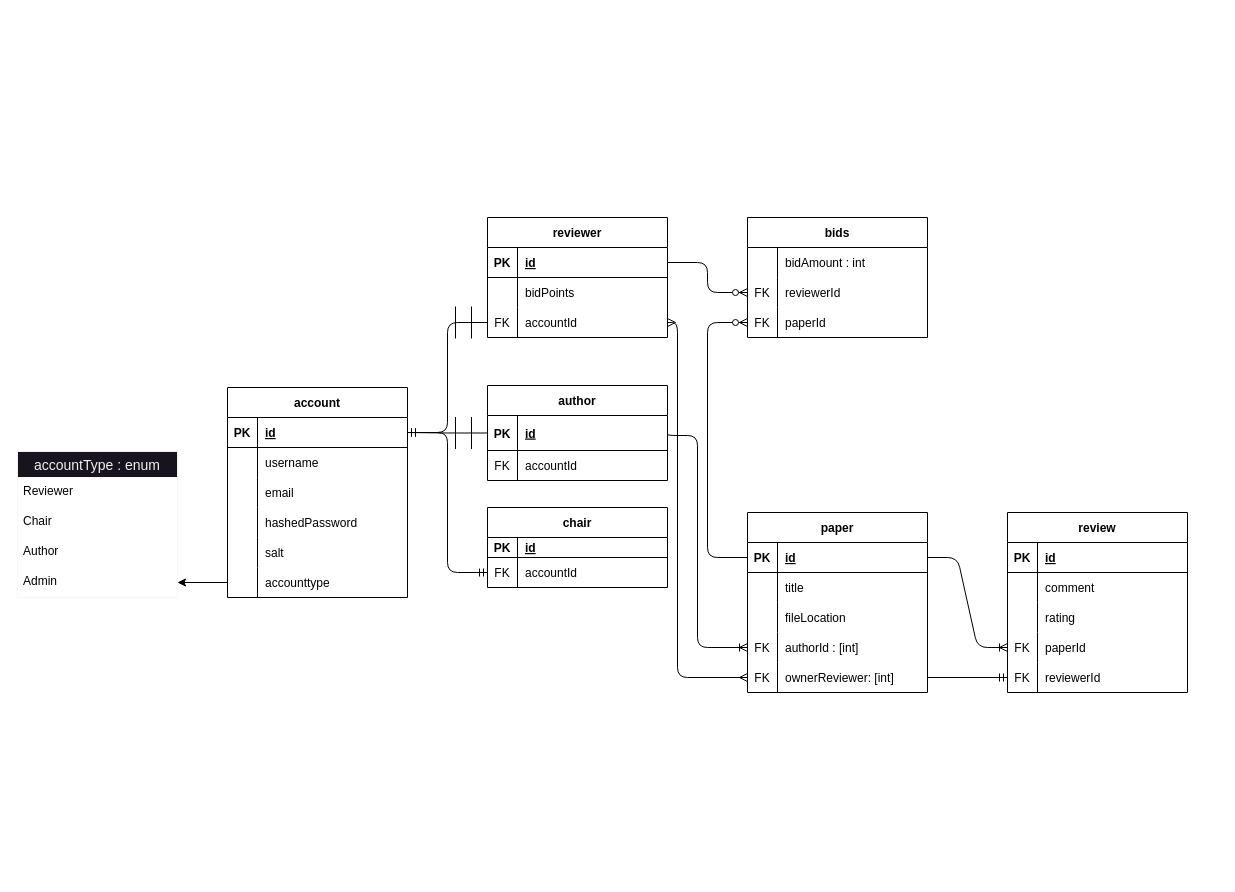
Earlier version of the draw.io diagram uml.drawio (CSCI334/PaperPal-Backend). Source tidied: cells renumbered, new cells numbered last; positions are measured from the earlier drawing's top-left corner, leaving out a move shared by most shapes. Both pictures are drawn from the tidied source at 100%, with x=0, y=0 at pixel (17, 217).
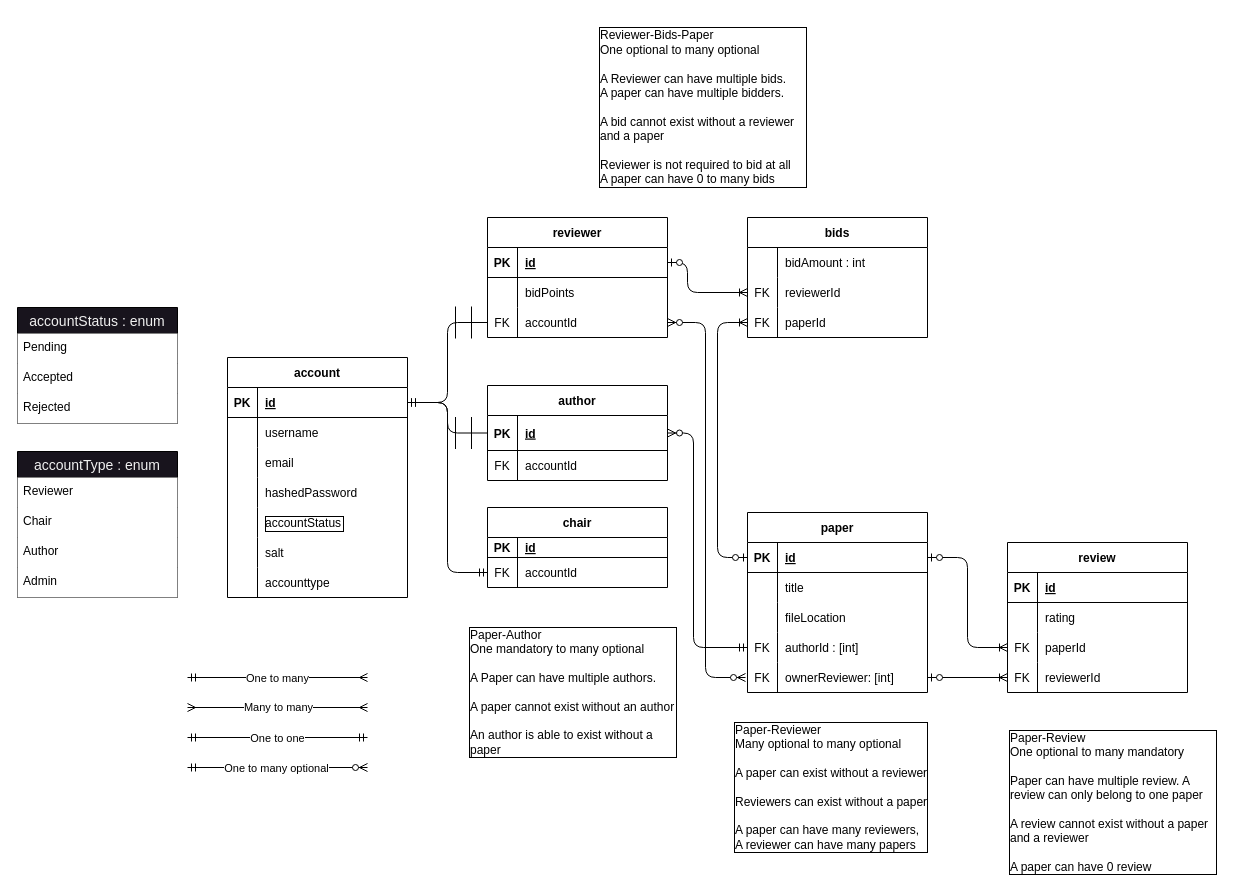
The same diagram, later.

Commit message (it also covers changes not shown here):
added docs to backend uml diagram

Unchanged cells that the change refers to:
```xml
<mxCell id="28" style="shape=tableRow;horizontal=0;startSize=0;swimlaneHead=0;swimlaneBody=0;fillColor=none;points=[[0,0.5],[1,0.5]];portConstraint=eastwest;top=0;left=0;right=0;bottom=1;fontColor=#000000;" parent="27" vertex="1">
  <mxGeometry y="30" width="180" height="30" as="geometry" />
</mxCell>
<mxCell id="34" style="shape=tableRow;horizontal=0;startSize=0;swimlaneHead=0;swimlaneBody=0;fillColor=none;points=[[0,0.5],[1,0.5]];portConstraint=eastwest;top=0;left=0;right=0;bottom=0;fontColor=#000000;" parent="27" vertex="1">
  <mxGeometry y="90" width="180" height="30" as="geometry" />
</mxCell>
<mxCell id="39" style="shape=tableRow;horizontal=0;startSize=0;swimlaneHead=0;swimlaneBody=0;fillColor=none;points=[[0,0.5],[1,0.5]];portConstraint=eastwest;top=0;left=0;right=0;bottom=1;fontColor=#000000;" parent="38" vertex="1">
  <mxGeometry y="30" width="180" height="30" as="geometry" />
</mxCell>
<mxCell id="48" style="shape=tableRow;horizontal=0;startSize=0;swimlaneHead=0;swimlaneBody=0;fillColor=none;points=[[0,0.5],[1,0.5]];portConstraint=eastwest;top=0;left=0;right=0;bottom=0;fontFamily=Helvetica;fontSize=12;fontColor=#000000;" parent="38" vertex="1">
  <mxGeometry y="120" width="180" height="30" as="geometry" />
</mxCell>
<mxCell id="51" style="shape=tableRow;horizontal=0;startSize=0;swimlaneHead=0;swimlaneBody=0;fillColor=none;points=[[0,0.5],[1,0.5]];portConstraint=eastwest;top=0;left=0;right=0;bottom=0;fontFamily=Helvetica;fontSize=12;fontColor=#000000;" parent="38" vertex="1">
  <mxGeometry y="150" width="180" height="30" as="geometry" />
</mxCell>
<mxCell id="58" style="shape=tableRow;horizontal=0;startSize=0;swimlaneHead=0;swimlaneBody=0;fillColor=none;points=[[0,0.5],[1,0.5]];portConstraint=eastwest;top=0;left=0;right=0;bottom=0;fontColor=#000000;" parent="54" vertex="1">
  <mxGeometry y="60" width="180" height="30" as="geometry" />
</mxCell>
<mxCell id="61" style="shape=tableRow;horizontal=0;startSize=0;swimlaneHead=0;swimlaneBody=0;fillColor=none;points=[[0,0.5],[1,0.5]];portConstraint=eastwest;top=0;left=0;right=0;bottom=0;fontFamily=Helvetica;fontSize=12;fontColor=#000000;" parent="54" vertex="1">
  <mxGeometry y="90" width="180" height="30" as="geometry" />
</mxCell>
<mxCell id="65" style="shape=tableRow;horizontal=0;startSize=0;swimlaneHead=0;swimlaneBody=0;fillColor=none;points=[[0,0.5],[1,0.5]];portConstraint=eastwest;top=0;left=0;right=0;bottom=1;fontColor=#000000;" parent="64" vertex="1">
  <mxGeometry y="30" width="180" height="35" as="geometry" />
</mxCell>
```

Change to the diagram source:
```diff
@@
     <mxCell id="2" value="account" style="shape=table;startSize=30;childLayout=tableLayout;rowLines=0;fontStyle=1;align=center;swimlaneFillColor=#FFFFFF;" parent="1" vertex="1">
-      <mxGeometry x="210" y="170" width="180" height="210" as="geometry" />
+      <mxGeometry x="210" y="140" width="180" height="240" as="geometry" />
     </mxCell>
@@
+    <mxCell id="102" style="shape=tableRow;horizontal=0;startSize=0;swimlaneHead=0;swimlaneBody=0;fillColor=none;top=0;left=0;right=0;bottom=0;rounded=0;glass=0;labelBorderColor=default;" parent="2" vertex="1">
+      <mxGeometry y="150" width="180" height="30" as="geometry" />
+    </mxCell>
+    <mxCell id="103" style="shape=partialRectangle;fillColor=none;top=0;left=0;bottom=0;right=0;overflow=hidden;rounded=0;glass=0;labelBorderColor=default;" parent="102" vertex="1">
+      <mxGeometry width="30" height="30" as="geometry" />
+    </mxCell>
+    <mxCell id="104" value="accountStatus" style="shape=partialRectangle;fillColor=none;top=0;left=0;bottom=0;right=0;align=left;spacingLeft=6;overflow=hidden;rounded=0;glass=0;labelBorderColor=default;fontColor=#000000;" parent="102" vertex="1">
+      <mxGeometry x="30" width="150" height="30" as="geometry" />
+    </mxCell>
     <mxCell id="15" style="shape=tableRow;horizontal=0;startSize=0;swimlaneHead=0;swimlaneBody=0;fillColor=none;top=0;left=0;right=0;bottom=0;fontColor=#000000;" parent="2" vertex="1">
-      <mxGeometry y="150" width="180" height="30" as="geometry" />
+      <mxGeometry y="180" width="180" height="30" as="geometry" />
     </mxCell>
@@
     <mxCell id="18" style="shape=tableRow;horizontal=0;startSize=0;swimlaneHead=0;swimlaneBody=0;fillColor=none;points=[[0,0.5],[1,0.5]];portConstraint=eastwest;top=0;left=0;right=0;bottom=0;fontColor=#000000;" parent="2" vertex="1">
-      <mxGeometry y="180" width="180" height="30" as="geometry" />
+      <mxGeometry y="210" width="180" height="30" as="geometry" />
     </mxCell>
@@
-    <mxCell id="21" value="accountType : enum" style="swimlane;fontStyle=0;horizontal=1;startSize=26;align=center;fontSize=14;strokeColor=rgb(240, 240, 240);fontFamily=Helvetica;fontColor=rgb(240, 240, 240);fillColor=rgb(24, 20, 29);" parent="1" vertex="1">
+    <mxCell id="21" value="accountType : enum" style="swimlane;fontStyle=0;horizontal=1;startSize=26;align=center;fontSize=14;strokeColor=default;fontFamily=Helvetica;fontColor=rgb(240, 240, 240);fillColor=rgb(24, 20, 29);" parent="1" vertex="1">
       <mxGeometry y="234" width="160" height="146" as="geometry" />
     </mxCell>
@@
-    <mxCell id="26" style="edgeStyle=none;html=1;exitX=0;exitY=0.5;exitDx=0;exitDy=0;fontFamily=Helvetica;fontSize=12;fontColor=#000000;startSize=30;" parent="1" edge="1" source="18">
-      <mxGeometry relative="1" as="geometry">
-        <mxPoint x="160" y="365" as="targetPoint" />
-      </mxGeometry>
-    </mxCell>
@@
-    <mxCell id="72" style="edgeStyle=orthogonalEdgeStyle;fontSize=12;html=1;endArrow=ERzeroToMany;startArrow=none;fontFamily=Helvetica;fontColor=#000000;startSize=30;exitX=1;exitY=0.5;exitDx=0;exitDy=0;entryX=0;entryY=0.5;entryDx=0;entryDy=0;startFill=0;" parent="1" edge="1" source="28" target="58">
-      <mxGeometry relative="1" as="geometry" />
-    </mxCell>
-    <mxCell id="73" style="edgeStyle=orthogonalEdgeStyle;fontSize=12;html=1;endArrow=ERoneToMany;startArrow=none;fontFamily=Helvetica;fontColor=#000000;startSize=30;entryX=0;entryY=0.5;entryDx=0;entryDy=0;exitX=1;exitY=0.5;exitDx=0;exitDy=0;startFill=0;" parent="1" edge="1" source="65" target="48">
-      <mxGeometry relative="1" as="geometry">
-        <Array as="points">
-          <mxPoint x="680" y="218" />
-          <mxPoint x="680" y="430" />
-        </Array>
-      </mxGeometry>
-    </mxCell>
     <mxCell id="74" value="review" style="shape=table;startSize=30;childLayout=tableLayout;rowLines=0;fontStyle=1;align=center;swimlaneFillColor=#FFFFFF;" parent="1" vertex="1">
-      <mxGeometry x="990" y="295" width="180" height="180" as="geometry" />
+      <mxGeometry x="990" y="325" width="180" height="150" as="geometry" />
     </mxCell>
@@
-    <mxCell id="78" style="shape=tableRow;horizontal=0;startSize=0;swimlaneHead=0;swimlaneBody=0;fillColor=none;top=0;left=0;right=0;bottom=0;fontColor=#000000;" parent="74" vertex="1">
-      <mxGeometry y="60" width="180" height="30" as="geometry" />
-    </mxCell>
-    <mxCell id="79" style="shape=partialRectangle;fillColor=none;top=0;left=0;bottom=0;right=0;overflow=hidden;fontColor=#000000;" parent="78" vertex="1">
-      <mxGeometry width="30" height="30" as="geometry" />
-    </mxCell>
-    <mxCell id="80" value="comment" style="shape=partialRectangle;fillColor=none;top=0;left=0;bottom=0;right=0;align=left;spacingLeft=6;overflow=hidden;fontColor=#000000;" parent="78" vertex="1">
-      <mxGeometry x="30" width="150" height="30" as="geometry" />
-    </mxCell>
     <mxCell id="81" style="shape=tableRow;horizontal=0;startSize=0;swimlaneHead=0;swimlaneBody=0;fillColor=none;top=0;left=0;right=0;bottom=0;fontFamily=Helvetica;fontSize=12;fontColor=#000000;" parent="74" vertex="1">
-      <mxGeometry y="90" width="180" height="30" as="geometry" />
+      <mxGeometry y="60" width="180" height="30" as="geometry" />
     </mxCell>
@@
     <mxCell id="84" style="shape=tableRow;horizontal=0;startSize=0;swimlaneHead=0;swimlaneBody=0;fillColor=none;points=[[0,0.5],[1,0.5]];portConstraint=eastwest;top=0;left=0;right=0;bottom=0;fontFamily=Helvetica;fontSize=12;fontColor=#000000;" parent="74" vertex="1">
-      <mxGeometry y="120" width="180" height="30" as="geometry" />
+      <mxGeometry y="90" width="180" height="30" as="geometry" />
     </mxCell>
@@
     <mxCell id="87" style="shape=tableRow;horizontal=0;startSize=0;swimlaneHead=0;swimlaneBody=0;fillColor=none;points=[[0,0.5],[1,0.5]];portConstraint=eastwest;top=0;left=0;right=0;bottom=0;fontFamily=Helvetica;fontSize=12;fontColor=#000000;" parent="74" vertex="1">
-      <mxGeometry y="150" width="180" height="30" as="geometry" />
+      <mxGeometry y="120" width="180" height="30" as="geometry" />
     </mxCell>
@@
-    <mxCell id="90" style="edgeStyle=orthogonalEdgeStyle;fontSize=12;html=1;endArrow=ERzeroToMany;startArrow=none;rounded=1;fontFamily=Helvetica;fontColor=#000000;startSize=30;jumpStyle=arc;exitX=0;exitY=0.5;exitDx=0;exitDy=0;entryX=0;entryY=0.5;entryDx=0;entryDy=0;startFill=0;" parent="1" edge="1" source="39" target="61">
-      <mxGeometry relative="1" as="geometry">
-        <Array as="points">
-          <mxPoint x="690" y="340" />
-          <mxPoint x="690" y="105" />
-        </Array>
-      </mxGeometry>
-    </mxCell>
-    <mxCell id="91" style="edgeStyle=entityRelationEdgeStyle;fontSize=12;html=1;endArrow=ERoneToMany;rounded=1;fontFamily=Helvetica;fontColor=#000000;startSize=30;jumpStyle=arc;entryX=0;entryY=0.5;entryDx=0;entryDy=0;exitX=1;exitY=0.5;exitDx=0;exitDy=0;" parent="1" edge="1" source="39" target="84">
-      <mxGeometry relative="1" as="geometry" />
-    </mxCell>
-    <mxCell id="92" style="edgeStyle=entityRelationEdgeStyle;fontSize=12;html=1;endArrow=ERmandOne;startArrow=none;rounded=1;fontFamily=Helvetica;fontColor=#000000;startSize=30;jumpStyle=arc;entryX=0;entryY=0.5;entryDx=0;entryDy=0;exitX=1;exitY=0.5;exitDx=0;exitDy=0;startFill=0;" parent="1" edge="1" source="51" target="87">
-      <mxGeometry relative="1" as="geometry" />
-    </mxCell>
@@
-    <mxCell id="101" style="edgeStyle=orthogonalEdgeStyle;fontSize=12;html=1;endArrow=ERmany;startArrow=ERmany;entryX=0;entryY=0.5;entryDx=0;entryDy=0;exitX=1;exitY=0.5;exitDx=0;exitDy=0;" parent="1" edge="1" source="34" target="51">
-      <mxGeometry relative="1" as="geometry">
-        <Array as="points">
-          <mxPoint x="660" y="105" />
-          <mxPoint x="660" y="460" />
-        </Array>
-      </mxGeometry>
-    </mxCell>
+    <mxCell id="105" style="fontSize=12;html=1;endArrow=ERmany;startArrow=ERmany;" parent="1" edge="1">
+      <mxGeometry relative="1" as="geometry">
+        <mxPoint x="170" y="490" as="sourcePoint" />
+        <mxPoint x="350" y="490" as="targetPoint" />
+      </mxGeometry>
+    </mxCell>
+    <mxCell id="106" value="Many to many" style="edgeLabel;html=1;align=center;verticalAlign=middle;" parent="105" vertex="1">
+      <mxGeometry x="0.18" y="1" relative="1" as="geometry">
+        <mxPoint x="-16" as="offset" />
+      </mxGeometry>
+    </mxCell>
+    <mxCell id="107" style="fontSize=12;html=1;endArrow=ERmandOne;startArrow=ERmandOne;" parent="1" edge="1">
+      <mxGeometry relative="1" as="geometry">
+        <mxPoint x="170" y="520" as="sourcePoint" />
+        <mxPoint x="350" y="520" as="targetPoint" />
+      </mxGeometry>
+    </mxCell>
+    <mxCell id="108" value="One to one" style="edgeLabel;html=1;align=center;verticalAlign=middle;" parent="107" vertex="1">
+      <mxGeometry x="0.15" relative="1" as="geometry">
+        <mxPoint x="-14" as="offset" />
+      </mxGeometry>
+    </mxCell>
+    <mxCell id="109" style="fontSize=12;html=1;endArrow=ERzeroToMany;startArrow=ERmandOne;" parent="1" edge="1">
+      <mxGeometry relative="1" as="geometry">
+        <mxPoint x="170" y="550" as="sourcePoint" />
+        <mxPoint x="350" y="550" as="targetPoint" />
+      </mxGeometry>
+    </mxCell>
+    <mxCell id="110" value="One to many optional" style="edgeLabel;html=1;align=center;verticalAlign=middle;" parent="109" vertex="1">
+      <mxGeometry x="0.2" relative="1" as="geometry">
+        <mxPoint x="-20" as="offset" />
+      </mxGeometry>
+    </mxCell>
+    <mxCell id="111" style="edgeStyle=orthogonalEdgeStyle;fontSize=12;html=1;endArrow=ERzeroToMany;startArrow=ERmandOne;entryX=1;entryY=0.5;entryDx=0;entryDy=0;" parent="1" edge="1" target="65">
+      <mxGeometry relative="1" as="geometry">
+        <mxPoint x="730" y="430" as="sourcePoint" />
+        <Array as="points">
+          <mxPoint x="676" y="430" />
+          <mxPoint x="676" y="216" />
+        </Array>
+      </mxGeometry>
+    </mxCell>
+    <mxCell id="90" style="edgeStyle=orthogonalEdgeStyle;fontSize=12;html=1;endArrow=ERoneToMany;startArrow=ERzeroToOne;exitX=0;exitY=0.5;exitDx=0;exitDy=0;entryX=0;entryY=0.5;entryDx=0;entryDy=0;endFill=0;" parent="1" edge="1" source="39" target="61">
+      <mxGeometry relative="1" as="geometry">
+        <Array as="points">
+          <mxPoint x="700" y="340" />
+          <mxPoint x="700" y="105" />
+        </Array>
+      </mxGeometry>
+    </mxCell>
+    <mxCell id="72" style="edgeStyle=orthogonalEdgeStyle;fontSize=12;html=1;endArrow=ERoneToMany;startArrow=ERzeroToOne;exitX=1;exitY=0.5;exitDx=0;exitDy=0;entryX=0;entryY=0.5;entryDx=0;entryDy=0;endFill=0;strokeColor=default;rounded=1;startFill=1;fontColor=default;" parent="1" edge="1" source="28" target="58">
+      <mxGeometry relative="1" as="geometry">
+        <Array as="points">
+          <mxPoint x="670" y="45" />
+          <mxPoint x="670" y="75" />
+        </Array>
+      </mxGeometry>
+    </mxCell>
+    <mxCell id="112" value="Reviewer-Bids-Paper&lt;br&gt;One optional to many optional&lt;br&gt;&lt;br&gt;A Reviewer can have multiple bids.&lt;br&gt;A paper can have multiple bidders.&lt;br&gt;&lt;br&gt;A bid cannot exist without a reviewer and a paper&lt;br&gt;&lt;br&gt;Reviewer is not required to bid at all&lt;br&gt;A paper can have 0 to many bids" style="text;html=1;strokeColor=none;fillColor=default;align=left;verticalAlign=middle;whiteSpace=wrap;rounded=0;labelBorderColor=default;glass=0;" parent="1" vertex="1">
+      <mxGeometry x="580" y="-200" width="210" height="180" as="geometry" />
+    </mxCell>
+    <mxCell id="113" value="Paper-Review&lt;br&gt;One optional to many mandatory&lt;br&gt;&lt;br&gt;Paper can have multiple review. A review can only belong to one paper&lt;br&gt;&lt;br&gt;A review cannot exist without a paper and a reviewer&lt;br&gt;&lt;br&gt;A paper can have 0 review" style="text;html=1;strokeColor=none;fillColor=default;align=left;verticalAlign=middle;whiteSpace=wrap;rounded=0;labelBorderColor=default;glass=0;" parent="1" vertex="1">
+      <mxGeometry x="990" y="530" width="210" height="110" as="geometry" />
+    </mxCell>
+    <mxCell id="114" style="fontSize=12;html=1;endArrow=ERmany;startArrow=ERmandOne;endFill=0;" parent="1" edge="1">
+      <mxGeometry relative="1" as="geometry">
+        <mxPoint x="170" y="460" as="sourcePoint" />
+        <mxPoint x="350" y="460" as="targetPoint" />
+      </mxGeometry>
+    </mxCell>
+    <mxCell id="115" value="One to many" style="edgeLabel;html=1;align=center;verticalAlign=middle;" parent="114" vertex="1">
+      <mxGeometry x="0.15" relative="1" as="geometry">
+        <mxPoint x="-14" as="offset" />
+      </mxGeometry>
+    </mxCell>
+    <mxCell id="116" value="Paper-Author&lt;br&gt;One mandatory to many optional&lt;br&gt;&lt;br&gt;A Paper can have multiple authors.&lt;br&gt;&lt;br&gt;A paper cannot exist without an author&lt;br&gt;&lt;br&gt;An author is able to exist without a paper" style="text;html=1;strokeColor=none;fillColor=default;align=left;verticalAlign=middle;whiteSpace=wrap;rounded=0;labelBorderColor=default;glass=0;" parent="1" vertex="1">
+      <mxGeometry x="450" y="420" width="210" height="110" as="geometry" />
+    </mxCell>
+    <mxCell id="117" value="accountStatus : enum" style="swimlane;fontStyle=0;horizontal=1;startSize=26;align=center;fontSize=14;strokeColor=default;fontFamily=Helvetica;fontColor=rgb(240, 240, 240);fillColor=rgb(24, 20, 29);" parent="1" vertex="1">
+      <mxGeometry y="90" width="160" height="116" as="geometry" />
+    </mxCell>
+    <mxCell id="118" value="Pending" style="text;spacingLeft=4;spacingRight=4;overflow=hidden;fontSize=12;fontFamily=Helvetica;startSize=30;fillColor=#FFFFFF;fontColor=#000000;" parent="117" vertex="1">
+      <mxGeometry y="26" width="160" height="30" as="geometry" />
+    </mxCell>
+    <mxCell id="119" value="Accepted" style="text;spacingLeft=4;spacingRight=4;overflow=hidden;fontSize=12;fontFamily=Helvetica;startSize=30;fillColor=#FFFFFF;fontColor=#000000;" parent="117" vertex="1">
+      <mxGeometry y="56" width="160" height="30" as="geometry" />
+    </mxCell>
+    <mxCell id="120" value="Rejected" style="text;spacingLeft=4;spacingRight=4;overflow=hidden;fontSize=12;fontFamily=Helvetica;startSize=30;fillColor=#FFFFFF;fontColor=#000000;" parent="117" vertex="1">
+      <mxGeometry y="86" width="160" height="30" as="geometry" />
+    </mxCell>
+    <mxCell id="121" value="Paper-Reviewer&lt;br&gt;Many optional to many optional&lt;br&gt;&lt;br&gt;A paper can exist without a reviewer&lt;br&gt;&lt;br&gt;Reviewers can exist without a paper&lt;br&gt;&lt;br&gt;A paper can have many reviewers,&lt;br&gt;A reviewer can have many papers&amp;nbsp;" style="text;html=1;strokeColor=none;fillColor=default;align=left;verticalAlign=middle;whiteSpace=wrap;rounded=0;labelBorderColor=default;glass=0;" parent="1" vertex="1">
+      <mxGeometry x="715" y="490" width="210" height="160" as="geometry" />
+    </mxCell>
+    <mxCell id="91" style="edgeStyle=orthogonalEdgeStyle;fontSize=12;html=1;endArrow=ERoneToMany;startArrow=ERzeroToOne;fontColor=#000000;exitX=1;exitY=0.5;exitDx=0;exitDy=0;entryX=0;entryY=0.5;entryDx=0;entryDy=0;" parent="1" edge="1" source="39" target="84">
+      <mxGeometry relative="1" as="geometry" />
+    </mxCell>
+    <mxCell id="92" style="edgeStyle=orthogonalEdgeStyle;fontSize=12;html=1;endArrow=ERoneToMany;startArrow=ERzeroToOne;fontColor=#000000;entryX=0;entryY=0.5;entryDx=0;entryDy=0;exitX=1;exitY=0.5;exitDx=0;exitDy=0;" parent="1" edge="1" source="51" target="87">
+      <mxGeometry relative="1" as="geometry" />
+    </mxCell>
+    <mxCell id="122" style="edgeStyle=orthogonalEdgeStyle;fontSize=12;html=1;endArrow=ERzeroToMany;startArrow=ERzeroToMany;fontColor=#000000;exitX=0;exitY=0.5;exitDx=0;exitDy=0;startFill=1;" parent="1" edge="1">
+      <mxGeometry relative="1" as="geometry">
+        <mxPoint x="728" y="460" as="sourcePoint" />
+        <mxPoint x="650" y="105" as="targetPoint" />
+        <Array as="points">
+          <mxPoint x="688" y="460" />
+          <mxPoint x="688" y="105" />
+        </Array>
+      </mxGeometry>
+    </mxCell>
```
